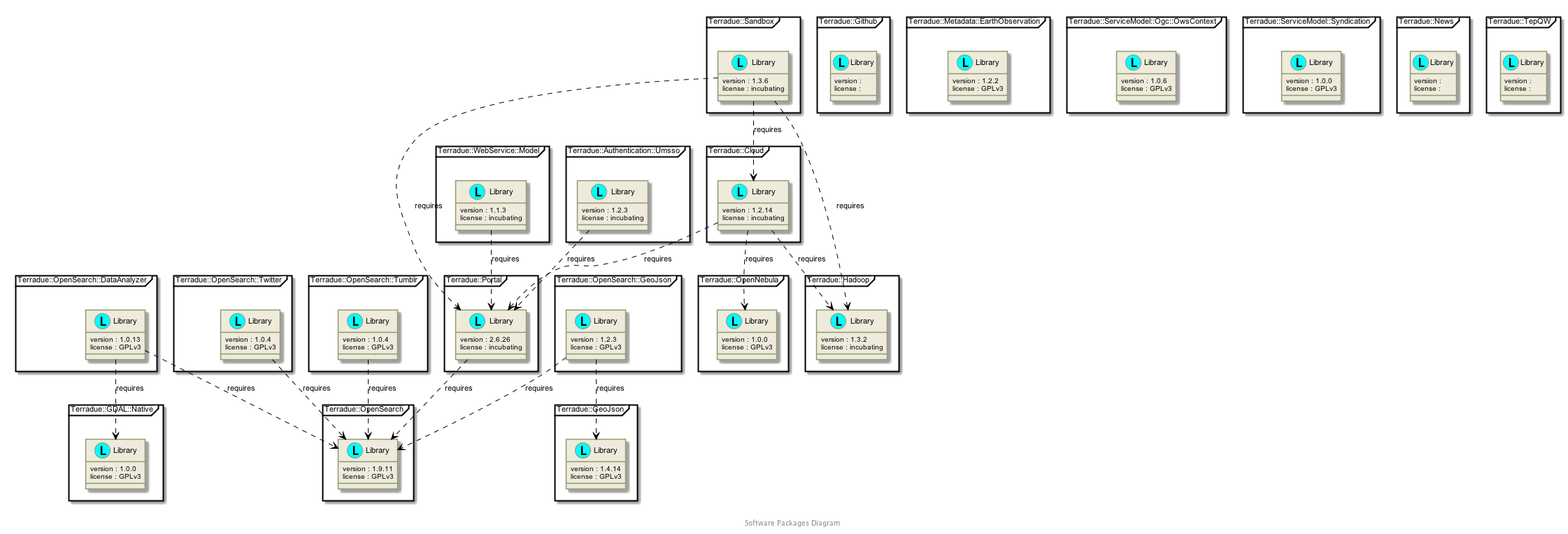
This is _images/plantuml-f17e574814452937fa3298234b3eac4730e0a68b.png from Terradue/doc-tep-geohazards-arch, a PlantUML export, as it was before one commit.
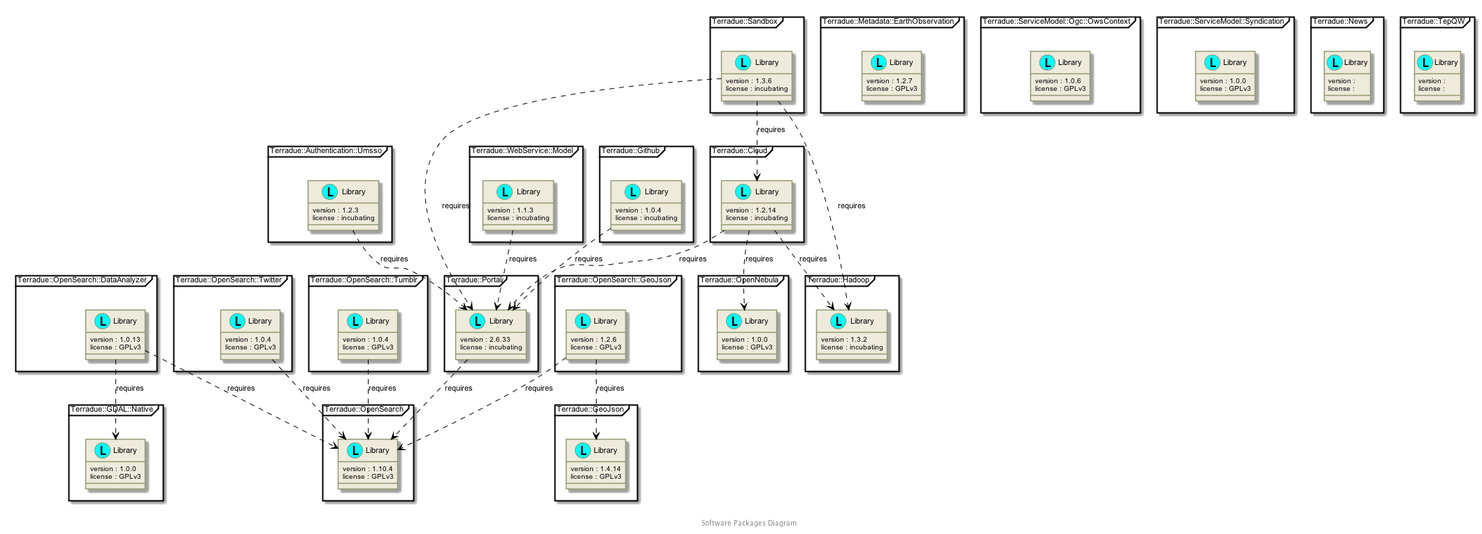
After the change.

Diff of the diagram source:
```diff
@@ -166,8 +166,8 @@
 }
 package "Terradue::Github" <<Frame>> {
   class "Library" as namespace_terradue_1_1_github << (L, cyan) >> [[../technology/packages/namespace_terradue_1_1_github.html]] {
-     version :
-     license :
+     version : 1.0.4
+     license : incubating
   }
 }
 package "Terradue::Hadoop" <<Frame>> {
@@ -178,7 +178,7 @@
 }
 package "Terradue::Metadata::EarthObservation" <<Frame>> {
   class "Library" as namespace_terradue_1_1_metadata_1_1_earth_observation << (L, cyan) >> [[../technology/packages/namespace_terradue_1_1_metadata_1_1_earth_observation.html]] {
-     version : 1.2.2
+     version : 1.2.7
      license : GPLv3
   }
 }
@@ -226,19 +226,19 @@
 }
 package "Terradue::OpenSearch::GeoJson" <<Frame>> {
   class "Library" as namespace_terradue_1_1_open_search_1_1_geo_json << (L, cyan) >> [[../technology/packages/namespace_terradue_1_1_open_search_1_1_geo_json.html]] {
-     version : 1.2.3
+     version : 1.2.6
      license : GPLv3
   }
 }
 package "Terradue::OpenSearch" <<Frame>> {
   class "Library" as namespace_terradue_1_1_open_search << (L, cyan) >> [[../technology/packages/namespace_terradue_1_1_open_search.html]] {
-     version : 1.9.11
+     version : 1.10.4
      license : GPLv3
   }
 }
 package "Terradue::Portal" <<Frame>> {
   class "Library" as namespace_terradue_1_1_portal << (L, cyan) >> [[../technology/packages/namespace_terradue_1_1_portal.html]] {
-     version : 2.6.26
+     version : 2.6.33
      license : incubating
   }
 }
@@ -265,6 +265,7 @@
 namespace_terradue_1_1_cloud  ..>  namespace_terradue_1_1_portal : requires
 namespace_terradue_1_1_cloud  ..>  namespace_terradue_1_1_open_nebula : requires
 namespace_terradue_1_1_cloud  ..>  namespace_terradue_1_1_hadoop : requires
+namespace_terradue_1_1_github  ..>  namespace_terradue_1_1_portal : requires
 namespace_terradue_1_1_open_search_1_1_data_analyzer  ..>  namespace_terradue_1_1_open_search : requires
 namespace_terradue_1_1_open_search_1_1_data_analyzer  ..>  namespace_terradue_1_1_g_d_a_l_1_1_native : requires
 namespace_terradue_1_1_open_search_1_1_geo_json  ..>  namespace_terradue_1_1_open_search : requires
```
